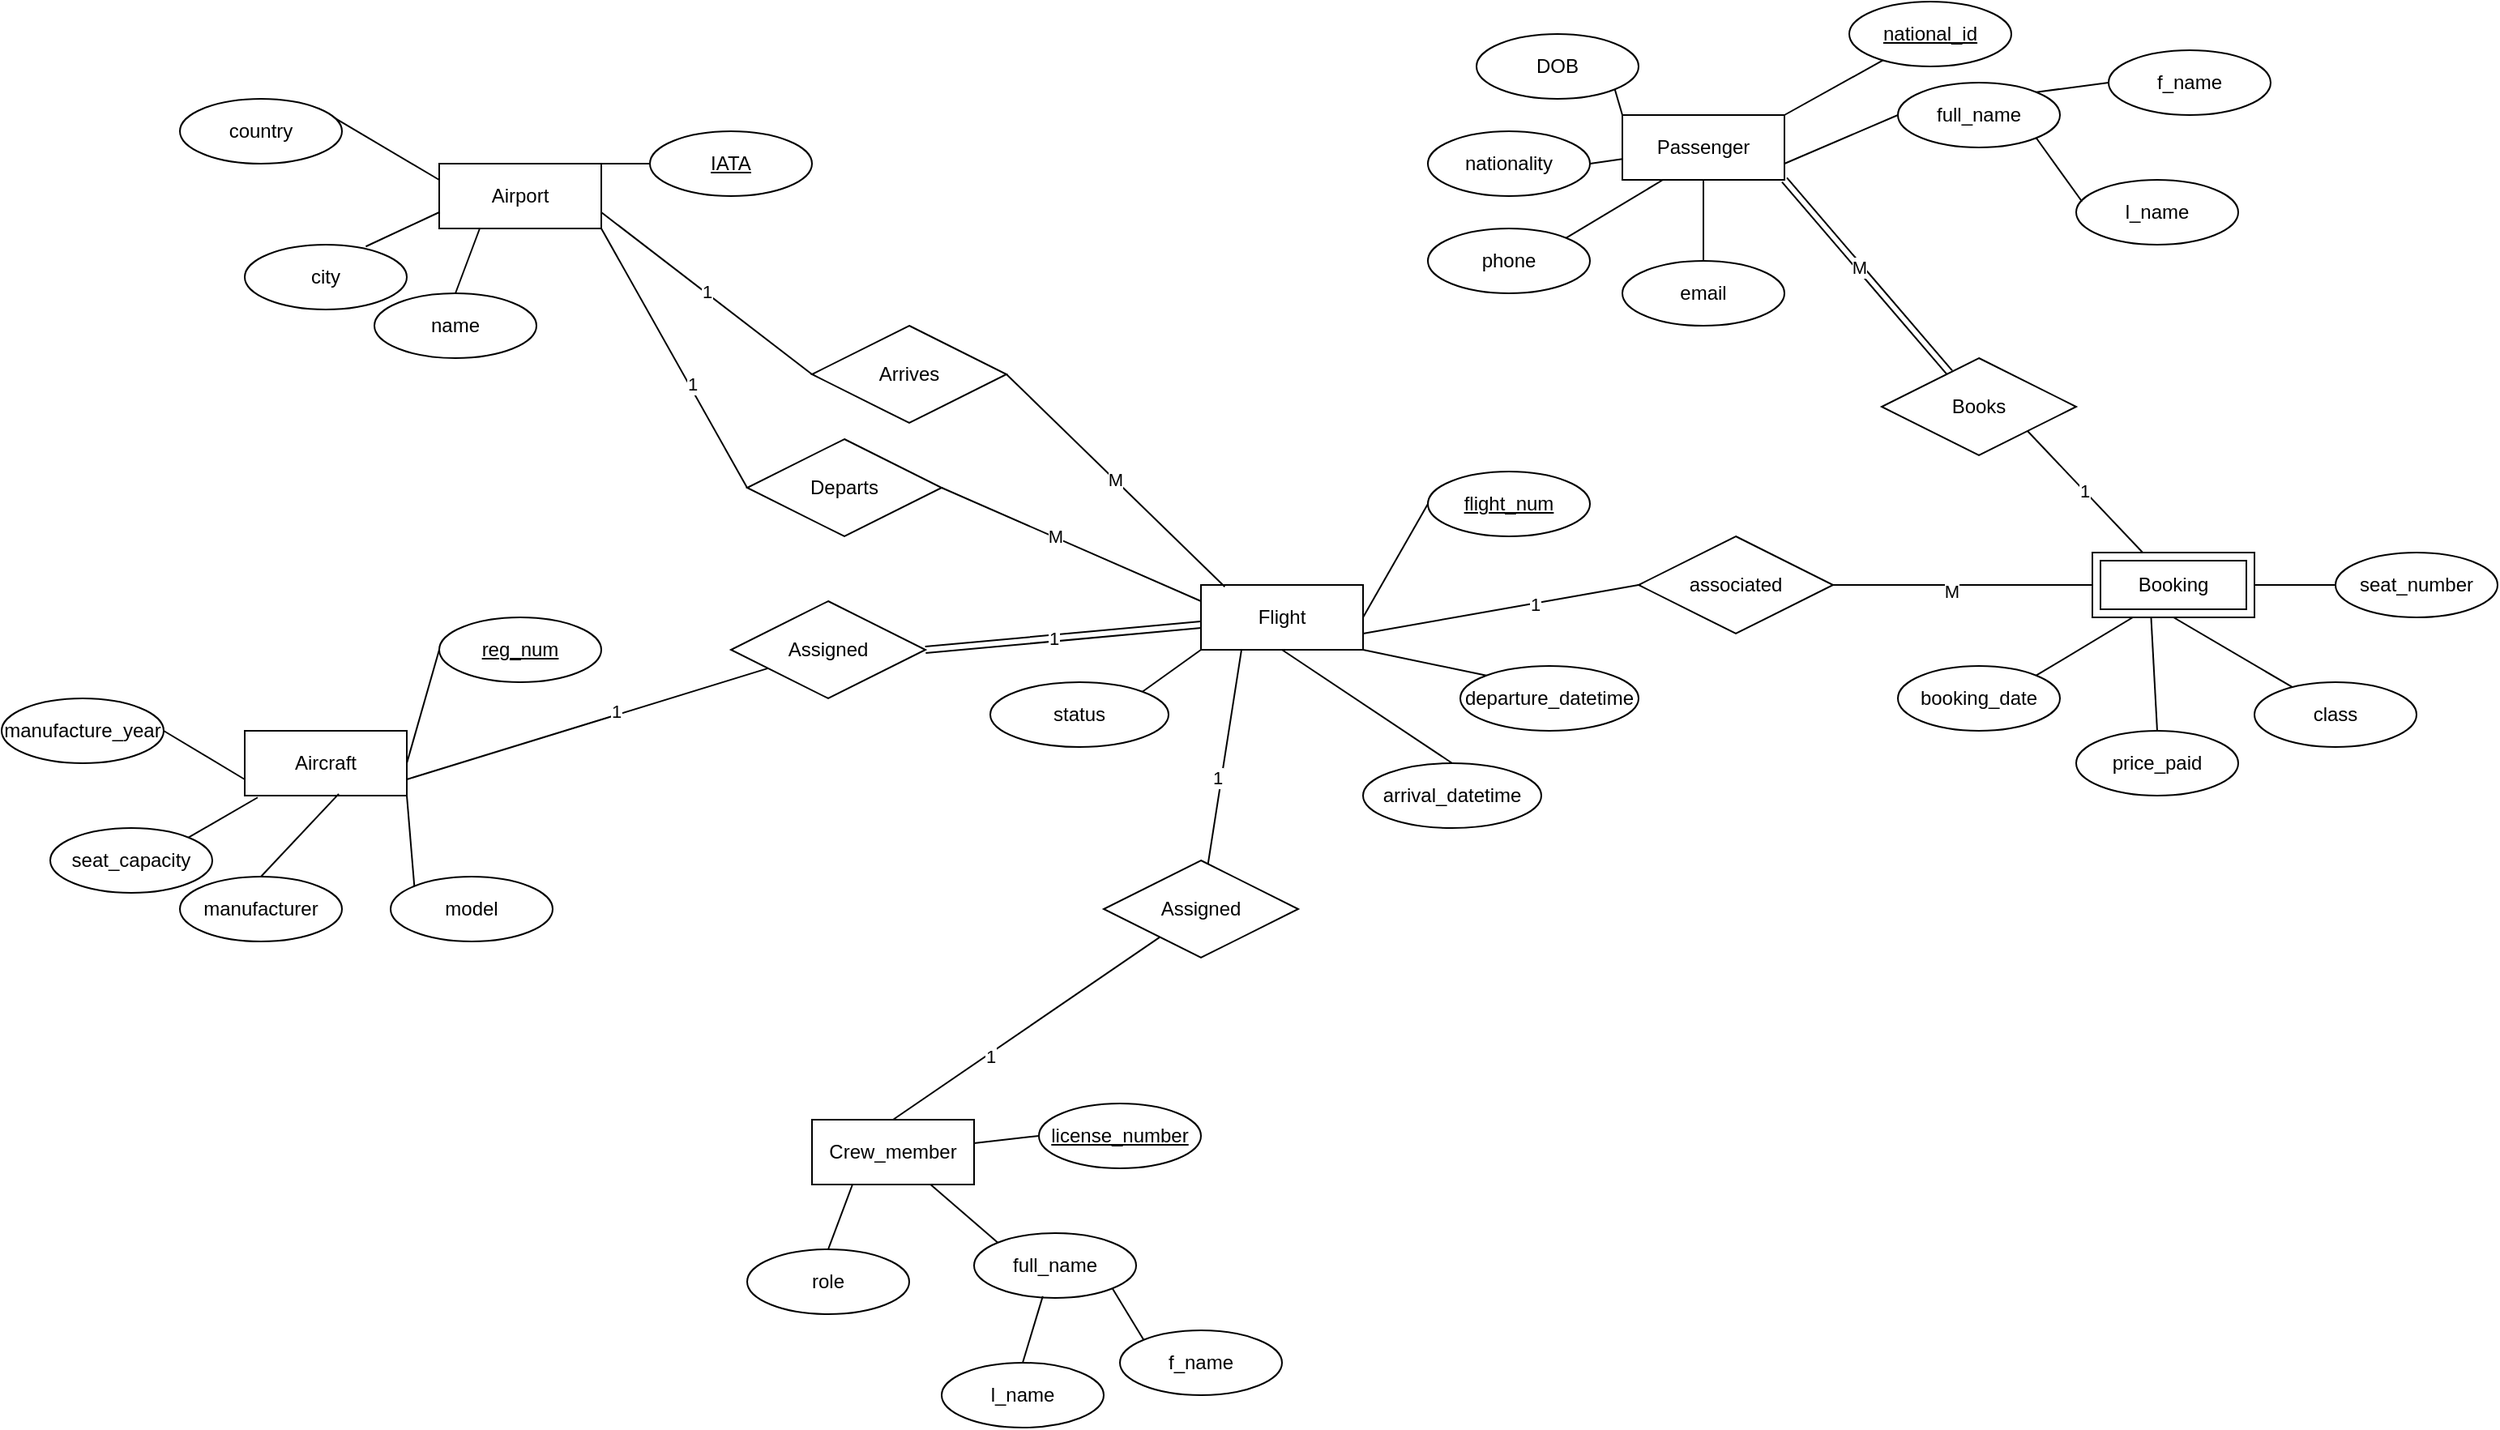
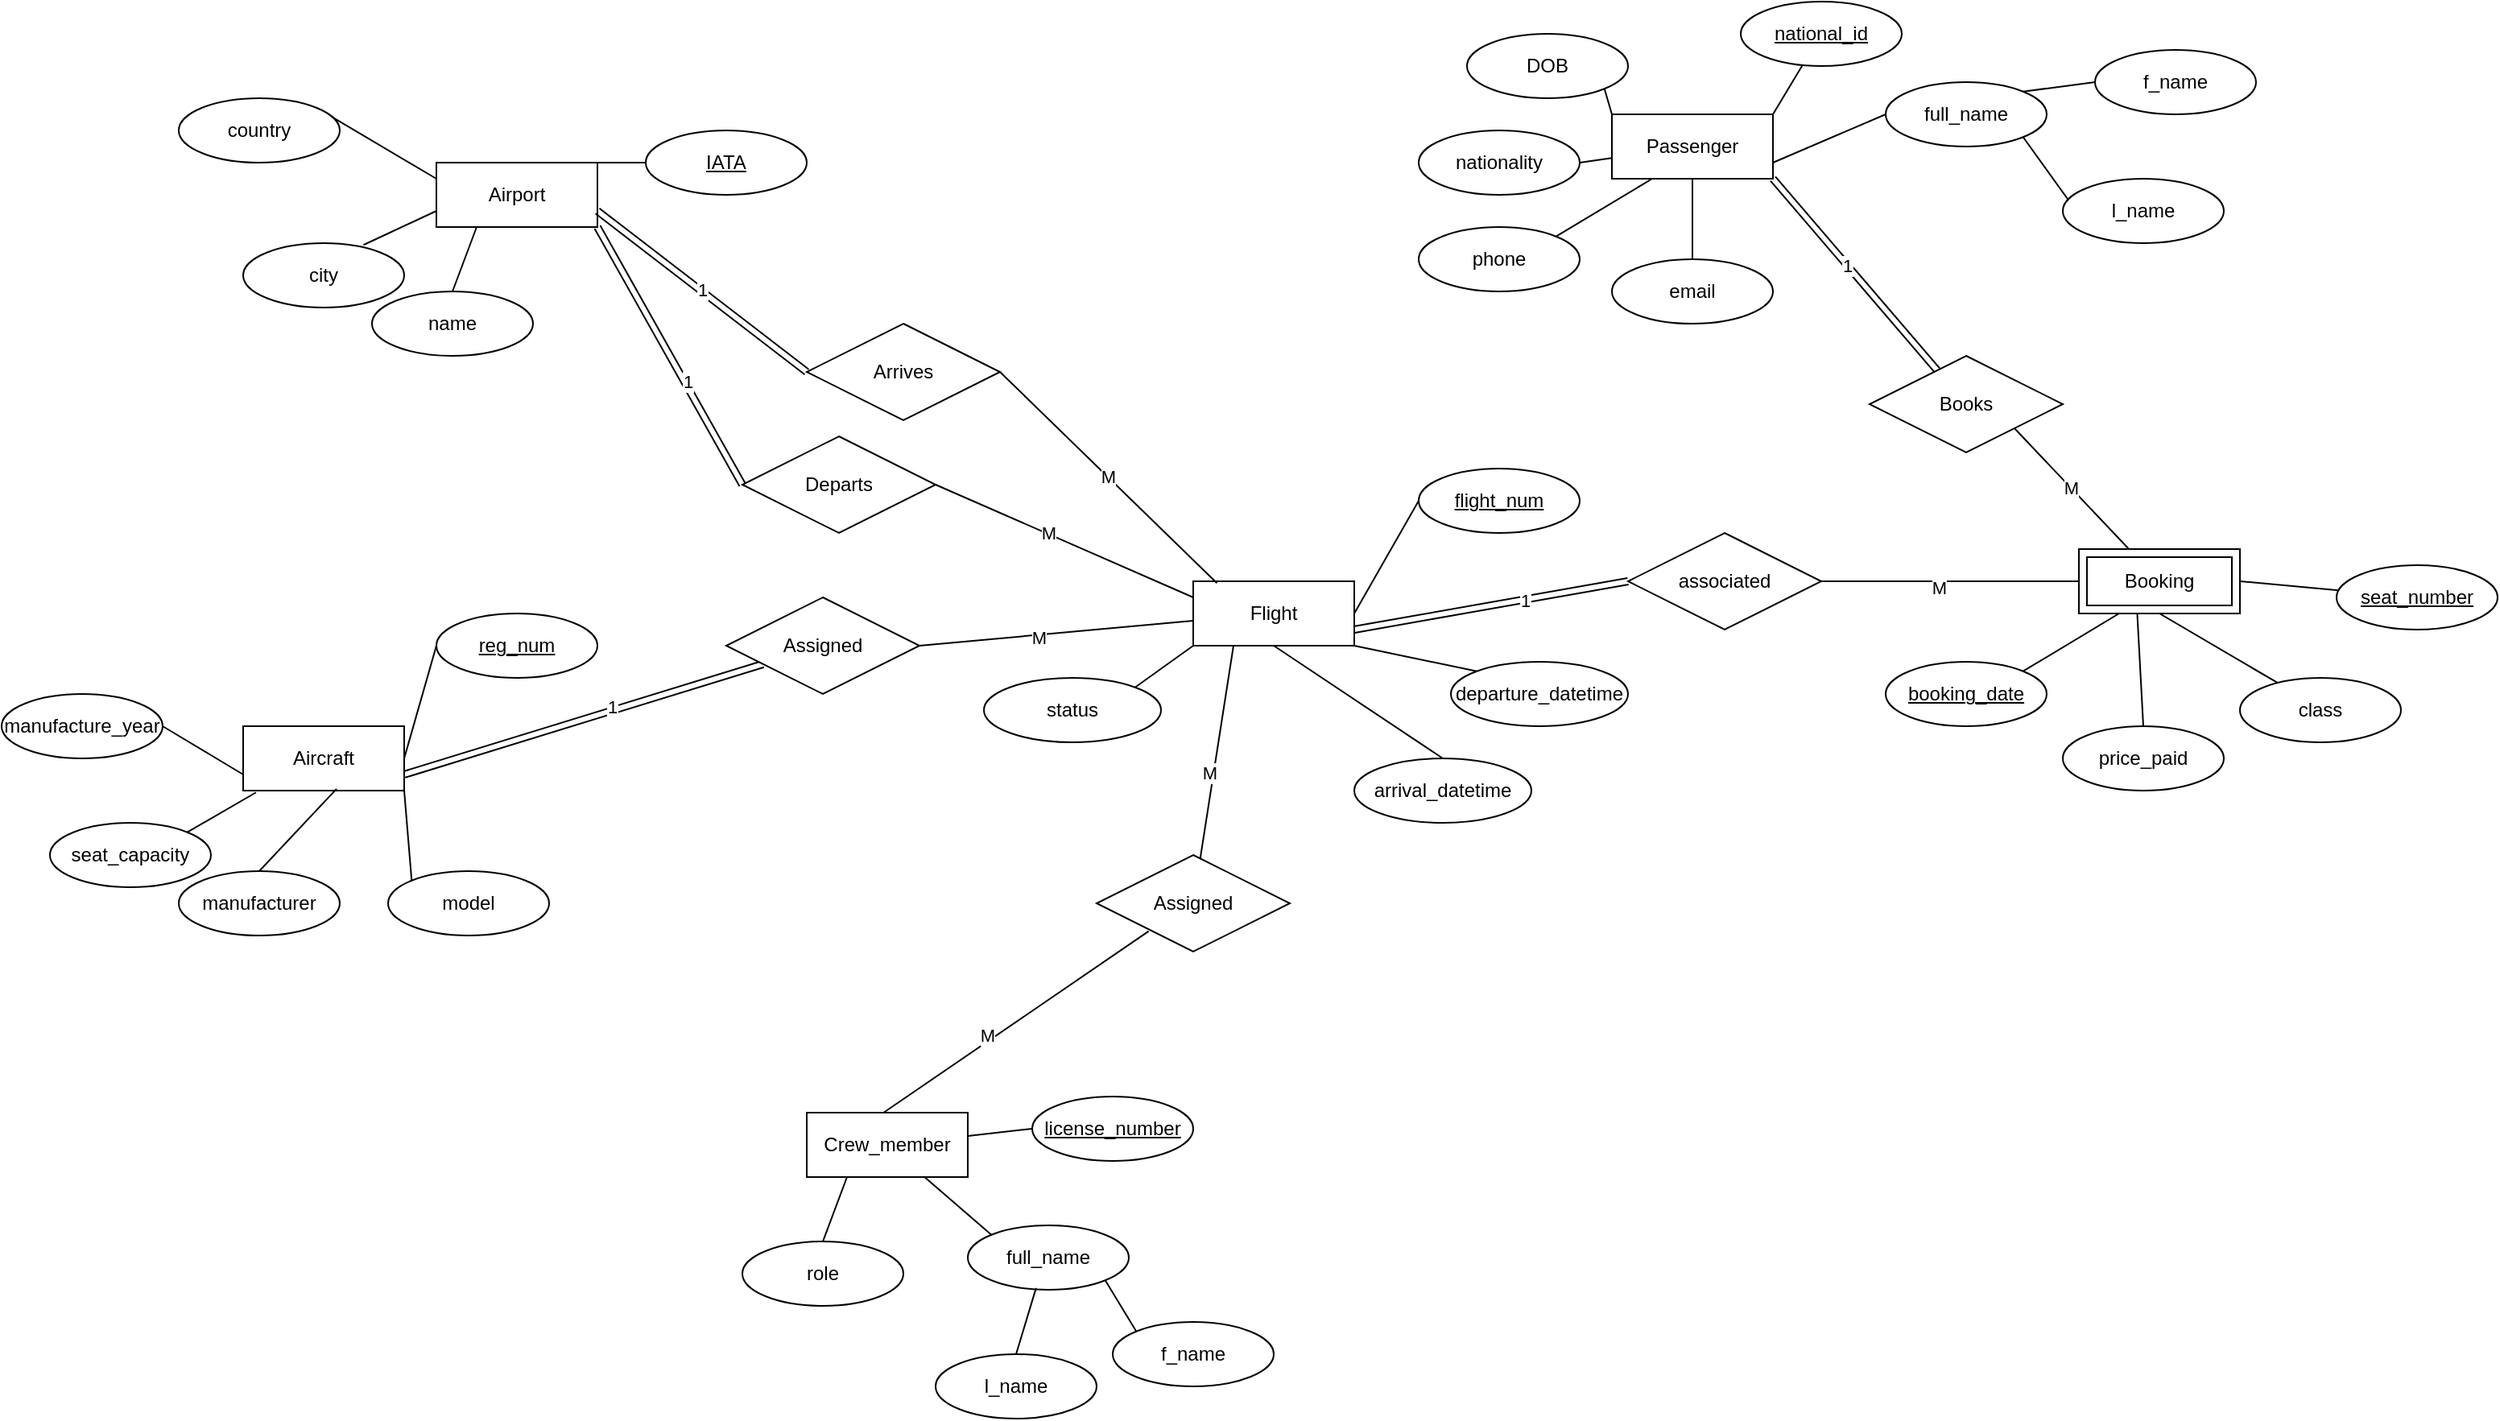
<mxfile host="app.diagrams.net">
  <diagram name="Page-1" id="9Ez2V5EcepmFkt350dfW">
-     <mxGraphModel dx="1590" dy="1045" grid="1" gridSize="10" guides="1" tooltips="1" connect="1" arrows="1" fold="1" page="1" pageScale="1" pageWidth="850" pageHeight="1100" math="0" shadow="0">
+     <mxGraphModel dx="1870" dy="1045" grid="1" gridSize="10" guides="1" tooltips="1" connect="1" arrows="1" fold="1" page="1" pageScale="1" pageWidth="850" pageHeight="1100" math="0" shadow="0">
      <root>
        <mxCell id="0" />
        <mxCell id="1" parent="0" />
        <mxCell id="-5EN979a6P4eX3SqTBvW-93" edge="1" parent="1" source="-5EN979a6P4eX3SqTBvW-1" style="edgeStyle=none;rounded=0;orthogonalLoop=1;jettySize=auto;html=1;exitX=0.25;exitY=1;exitDx=0;exitDy=0;endArrow=none;endFill=0;" target="-5EN979a6P4eX3SqTBvW-92">
          <mxGeometry relative="1" as="geometry" />
        </mxCell>
-         <mxCell id="-5EN979a6P4eX3SqTBvW-102" connectable="0" parent="-5EN979a6P4eX3SqTBvW-93" style="edgeLabel;html=1;align=center;verticalAlign=middle;resizable=0;points=[];" value="1" vertex="1">
+         <mxCell id="-5EN979a6P4eX3SqTBvW-102" connectable="0" parent="-5EN979a6P4eX3SqTBvW-93" style="edgeLabel;html=1;align=center;verticalAlign=middle;resizable=0;points=[];" value="M" vertex="1">
          <mxGeometry relative="1" x="0.1972" y="-3" as="geometry">
            <mxPoint as="offset" />
          </mxGeometry>
        </mxCell>
-         <mxCell id="-5EN979a6P4eX3SqTBvW-96" edge="1" parent="1" source="-5EN979a6P4eX3SqTBvW-1" style="edgeStyle=none;rounded=0;orthogonalLoop=1;jettySize=auto;html=1;exitX=1;exitY=0.75;exitDx=0;exitDy=0;entryX=0;entryY=0.5;entryDx=0;entryDy=0;endArrow=none;endFill=0;" target="-5EN979a6P4eX3SqTBvW-95">
+         <mxCell id="-5EN979a6P4eX3SqTBvW-96" edge="1" parent="1" source="-5EN979a6P4eX3SqTBvW-1" style="edgeStyle=none;rounded=0;orthogonalLoop=1;jettySize=auto;html=1;exitX=1;exitY=0.75;exitDx=0;exitDy=0;entryX=0;entryY=0.5;entryDx=0;entryDy=0;endArrow=none;endFill=0;shape=link;" target="-5EN979a6P4eX3SqTBvW-95">
          <mxGeometry relative="1" as="geometry" />
        </mxCell>
        <mxCell id="-5EN979a6P4eX3SqTBvW-104" connectable="0" parent="-5EN979a6P4eX3SqTBvW-96" style="edgeLabel;html=1;align=center;verticalAlign=middle;resizable=0;points=[];" value="1" vertex="1">
          <mxGeometry relative="1" x="0.2456" as="geometry">
            <mxPoint as="offset" />
          </mxGeometry>
        </mxCell>
        <mxCell id="-5EN979a6P4eX3SqTBvW-1" parent="1" style="whiteSpace=wrap;html=1;align=center;" value="Flight" vertex="1">
          <mxGeometry height="40" width="100" x="630" y="390" as="geometry" />
        </mxCell>
-         <mxCell id="-5EN979a6P4eX3SqTBvW-80" edge="1" parent="1" source="-5EN979a6P4eX3SqTBvW-2" style="edgeStyle=none;rounded=0;orthogonalLoop=1;jettySize=auto;html=1;exitX=1;exitY=1;exitDx=0;exitDy=0;entryX=0;entryY=0.5;entryDx=0;entryDy=0;endArrow=none;endFill=0;" target="-5EN979a6P4eX3SqTBvW-81">
+         <mxCell id="-5EN979a6P4eX3SqTBvW-80" edge="1" parent="1" source="-5EN979a6P4eX3SqTBvW-2" style="edgeStyle=none;rounded=0;orthogonalLoop=1;jettySize=auto;html=1;exitX=1;exitY=1;exitDx=0;exitDy=0;entryX=0;entryY=0.5;entryDx=0;entryDy=0;endArrow=none;endFill=0;shape=link;" target="-5EN979a6P4eX3SqTBvW-81">
          <mxGeometry relative="1" as="geometry">
            <mxPoint x="390" y="260" as="targetPoint" />
          </mxGeometry>
        </mxCell>
        <mxCell id="-5EN979a6P4eX3SqTBvW-91" connectable="0" parent="-5EN979a6P4eX3SqTBvW-80" style="edgeLabel;html=1;align=center;verticalAlign=middle;resizable=0;points=[];" value="1" vertex="1">
          <mxGeometry relative="1" x="0.208" y="2" as="geometry">
            <mxPoint as="offset" />
          </mxGeometry>
        </mxCell>
        <mxCell id="-5EN979a6P4eX3SqTBvW-2" parent="1" style="whiteSpace=wrap;html=1;align=center;" value="Airport" vertex="1">
          <mxGeometry height="40" width="100" x="160" y="130" as="geometry" />
        </mxCell>
        <mxCell id="-5EN979a6P4eX3SqTBvW-45" edge="1" parent="1" source="-5EN979a6P4eX3SqTBvW-4" style="edgeStyle=none;rounded=0;orthogonalLoop=1;jettySize=auto;html=1;exitX=1;exitY=0;exitDx=0;exitDy=0;endArrow=none;endFill=0;" target="-5EN979a6P4eX3SqTBvW-38">
          <mxGeometry relative="1" as="geometry" />
        </mxCell>
        <mxCell id="-5EN979a6P4eX3SqTBvW-46" edge="1" parent="1" source="-5EN979a6P4eX3SqTBvW-4" style="edgeStyle=none;rounded=0;orthogonalLoop=1;jettySize=auto;html=1;exitX=1;exitY=0.75;exitDx=0;exitDy=0;entryX=0;entryY=0.5;entryDx=0;entryDy=0;endArrow=none;endFill=0;" target="-5EN979a6P4eX3SqTBvW-40">
          <mxGeometry relative="1" as="geometry" />
        </mxCell>
        <mxCell id="-5EN979a6P4eX3SqTBvW-99" edge="1" parent="1" source="-5EN979a6P4eX3SqTBvW-4" style="edgeStyle=none;rounded=0;orthogonalLoop=1;jettySize=auto;html=1;exitX=1;exitY=1;exitDx=0;exitDy=0;endArrow=none;endFill=0;shape=link;" target="-5EN979a6P4eX3SqTBvW-98">
          <mxGeometry relative="1" as="geometry" />
        </mxCell>
-         <mxCell id="-5EN979a6P4eX3SqTBvW-105" connectable="0" parent="-5EN979a6P4eX3SqTBvW-99" style="edgeLabel;html=1;align=center;verticalAlign=middle;resizable=0;points=[];" value="M" vertex="1">
+         <mxCell id="-5EN979a6P4eX3SqTBvW-105" connectable="0" parent="-5EN979a6P4eX3SqTBvW-99" style="edgeLabel;html=1;align=center;verticalAlign=middle;resizable=0;points=[];" value="1" vertex="1">
          <mxGeometry relative="1" x="-0.1035" as="geometry">
            <mxPoint as="offset" />
          </mxGeometry>
        </mxCell>
        <mxCell id="-5EN979a6P4eX3SqTBvW-4" parent="1" style="whiteSpace=wrap;html=1;align=center;" value="Passenger" vertex="1">
          <mxGeometry height="40" width="100" x="890" y="100" as="geometry" />
        </mxCell>
-         <mxCell id="-5EN979a6P4eX3SqTBvW-77" edge="1" parent="1" source="-5EN979a6P4eX3SqTBvW-5" style="edgeStyle=none;rounded=0;orthogonalLoop=1;jettySize=auto;html=1;exitX=1;exitY=0.75;exitDx=0;exitDy=0;endArrow=none;endFill=0;" target="-5EN979a6P4eX3SqTBvW-78">
+         <mxCell id="-5EN979a6P4eX3SqTBvW-77" edge="1" parent="1" source="-5EN979a6P4eX3SqTBvW-5" style="edgeStyle=none;rounded=0;orthogonalLoop=1;jettySize=auto;html=1;exitX=1;exitY=0.75;exitDx=0;exitDy=0;endArrow=none;endFill=0;shape=link;" target="-5EN979a6P4eX3SqTBvW-78">
          <mxGeometry relative="1" as="geometry">
            <mxPoint x="340" y="390" as="targetPoint" />
          </mxGeometry>
        </mxCell>
        <mxCell id="-5EN979a6P4eX3SqTBvW-84" connectable="0" parent="-5EN979a6P4eX3SqTBvW-77" style="edgeLabel;html=1;align=center;verticalAlign=middle;resizable=0;points=[];" value="1" vertex="1">
          <mxGeometry relative="1" x="0.1609" y="3" as="geometry">
            <mxPoint as="offset" />
          </mxGeometry>
        </mxCell>
        <mxCell id="-5EN979a6P4eX3SqTBvW-5" parent="1" style="whiteSpace=wrap;html=1;align=center;" value="Aircraft" vertex="1">
          <mxGeometry height="40" width="100" x="40" y="480" as="geometry" />
        </mxCell>
        <mxCell id="-5EN979a6P4eX3SqTBvW-6" parent="1" style="whiteSpace=wrap;html=1;align=center;" value="Crew_m&lt;span style=&quot;background-color: transparent; color: light-dark(rgb(0, 0, 0), rgb(255, 255, 255));&quot;&gt;ember&lt;/span&gt;" vertex="1">
          <mxGeometry height="40" width="100" x="390" y="720" as="geometry" />
        </mxCell>
        <mxCell id="-5EN979a6P4eX3SqTBvW-14" edge="1" parent="1" source="-5EN979a6P4eX3SqTBvW-7" style="rounded=0;orthogonalLoop=1;jettySize=auto;html=1;exitX=0;exitY=0.5;exitDx=0;exitDy=0;entryX=1;entryY=0;entryDx=0;entryDy=0;endArrow=none;endFill=0;" target="-5EN979a6P4eX3SqTBvW-2">
          <mxGeometry relative="1" as="geometry" />
        </mxCell>
        <mxCell id="-5EN979a6P4eX3SqTBvW-7" parent="1" style="ellipse;whiteSpace=wrap;html=1;align=center;fontStyle=4;" value="IATA" vertex="1">
          <mxGeometry height="40" width="100" x="290" y="110" as="geometry" />
        </mxCell>
        <mxCell id="-5EN979a6P4eX3SqTBvW-13" edge="1" parent="1" source="-5EN979a6P4eX3SqTBvW-8" style="rounded=0;orthogonalLoop=1;jettySize=auto;html=1;exitX=0.5;exitY=0;exitDx=0;exitDy=0;endArrow=none;endFill=0;entryX=0.25;entryY=1;entryDx=0;entryDy=0;" target="-5EN979a6P4eX3SqTBvW-2">
          <mxGeometry relative="1" as="geometry">
            <mxPoint x="190" y="180" as="targetPoint" />
          </mxGeometry>
        </mxCell>
        <mxCell id="-5EN979a6P4eX3SqTBvW-8" parent="1" style="ellipse;whiteSpace=wrap;html=1;align=center;" value="name" vertex="1">
          <mxGeometry height="40" width="100" x="120" y="210" as="geometry" />
        </mxCell>
        <mxCell id="-5EN979a6P4eX3SqTBvW-9" parent="1" style="ellipse;whiteSpace=wrap;html=1;align=center;" value="city" vertex="1">
          <mxGeometry height="40" width="100" x="40" y="180" as="geometry" />
        </mxCell>
        <mxCell id="-5EN979a6P4eX3SqTBvW-11" edge="1" parent="1" source="-5EN979a6P4eX3SqTBvW-10" style="rounded=0;orthogonalLoop=1;jettySize=auto;html=1;exitX=1;exitY=0;exitDx=0;exitDy=0;entryX=0;entryY=0.25;entryDx=0;entryDy=0;endArrow=none;endFill=0;" target="-5EN979a6P4eX3SqTBvW-2">
          <mxGeometry relative="1" as="geometry" />
        </mxCell>
        <mxCell id="-5EN979a6P4eX3SqTBvW-10" parent="1" style="ellipse;whiteSpace=wrap;html=1;align=center;" value="country" vertex="1">
          <mxGeometry height="40" width="100" y="90" as="geometry" />
        </mxCell>
        <mxCell id="-5EN979a6P4eX3SqTBvW-12" edge="1" parent="1" source="-5EN979a6P4eX3SqTBvW-9" style="rounded=0;orthogonalLoop=1;jettySize=auto;html=1;entryX=0;entryY=0.75;entryDx=0;entryDy=0;endArrow=none;endFill=0;exitX=0.747;exitY=0.028;exitDx=0;exitDy=0;exitPerimeter=0;" target="-5EN979a6P4eX3SqTBvW-2">
          <mxGeometry relative="1" as="geometry">
            <mxPoint x="120" y="186" as="sourcePoint" />
          </mxGeometry>
        </mxCell>
        <mxCell id="-5EN979a6P4eX3SqTBvW-26" edge="1" parent="1" source="-5EN979a6P4eX3SqTBvW-15" style="edgeStyle=none;rounded=0;orthogonalLoop=1;jettySize=auto;html=1;exitX=0;exitY=0.5;exitDx=0;exitDy=0;entryX=1;entryY=0.5;entryDx=0;entryDy=0;endArrow=none;endFill=0;" target="-5EN979a6P4eX3SqTBvW-5">
          <mxGeometry relative="1" as="geometry" />
        </mxCell>
        <mxCell id="-5EN979a6P4eX3SqTBvW-15" parent="1" style="ellipse;whiteSpace=wrap;html=1;align=center;fontStyle=4;" value="reg_num" vertex="1">
          <mxGeometry height="40" width="100" x="160" y="410" as="geometry" />
        </mxCell>
        <mxCell id="-5EN979a6P4eX3SqTBvW-25" edge="1" parent="1" source="-5EN979a6P4eX3SqTBvW-17" style="edgeStyle=none;rounded=0;orthogonalLoop=1;jettySize=auto;html=1;exitX=0;exitY=0;exitDx=0;exitDy=0;entryX=1;entryY=1;entryDx=0;entryDy=0;endArrow=none;endFill=0;" target="-5EN979a6P4eX3SqTBvW-5">
          <mxGeometry relative="1" as="geometry" />
        </mxCell>
        <mxCell id="-5EN979a6P4eX3SqTBvW-17" parent="1" style="ellipse;whiteSpace=wrap;html=1;align=center;" value="model" vertex="1">
          <mxGeometry height="40" width="100" x="130" y="570" as="geometry" />
        </mxCell>
        <mxCell id="-5EN979a6P4eX3SqTBvW-18" parent="1" style="ellipse;whiteSpace=wrap;html=1;align=center;" value="manufacturer" vertex="1">
          <mxGeometry height="40" width="100" y="570" as="geometry" />
        </mxCell>
        <mxCell id="-5EN979a6P4eX3SqTBvW-19" parent="1" style="ellipse;whiteSpace=wrap;html=1;align=center;" value="seat&lt;span style=&quot;background-color: transparent; color: light-dark(rgb(0, 0, 0), rgb(255, 255, 255));&quot;&gt;_capacity&lt;/span&gt;" vertex="1">
          <mxGeometry height="40" width="100" x="-80" y="540" as="geometry" />
        </mxCell>
        <mxCell id="-5EN979a6P4eX3SqTBvW-22" edge="1" parent="1" source="-5EN979a6P4eX3SqTBvW-20" style="edgeStyle=none;rounded=0;orthogonalLoop=1;jettySize=auto;html=1;exitX=1;exitY=0.5;exitDx=0;exitDy=0;entryX=0;entryY=0.75;entryDx=0;entryDy=0;endArrow=none;endFill=0;" target="-5EN979a6P4eX3SqTBvW-5">
          <mxGeometry relative="1" as="geometry" />
        </mxCell>
        <mxCell id="-5EN979a6P4eX3SqTBvW-20" parent="1" style="ellipse;whiteSpace=wrap;html=1;align=center;" value="manufacture_year" vertex="1">
          <mxGeometry height="40" width="100" x="-110" y="460" as="geometry" />
        </mxCell>
        <mxCell id="-5EN979a6P4eX3SqTBvW-24" edge="1" parent="1" source="-5EN979a6P4eX3SqTBvW-18" style="edgeStyle=none;rounded=0;orthogonalLoop=1;jettySize=auto;html=1;exitX=0.5;exitY=0;exitDx=0;exitDy=0;entryX=0.58;entryY=0.973;entryDx=0;entryDy=0;entryPerimeter=0;endArrow=none;endFill=0;" target="-5EN979a6P4eX3SqTBvW-5">
          <mxGeometry relative="1" as="geometry" />
        </mxCell>
        <mxCell id="-5EN979a6P4eX3SqTBvW-36" edge="1" parent="1" source="-5EN979a6P4eX3SqTBvW-27" style="edgeStyle=none;rounded=0;orthogonalLoop=1;jettySize=auto;html=1;exitX=0;exitY=0.5;exitDx=0;exitDy=0;entryX=1;entryY=0.5;entryDx=0;entryDy=0;endArrow=none;endFill=0;" target="-5EN979a6P4eX3SqTBvW-1">
          <mxGeometry relative="1" as="geometry" />
        </mxCell>
        <mxCell id="-5EN979a6P4eX3SqTBvW-27" parent="1" style="ellipse;whiteSpace=wrap;html=1;align=center;fontStyle=4;" value="flight_num" vertex="1">
          <mxGeometry height="40" width="100" x="770" y="320" as="geometry" />
        </mxCell>
        <mxCell id="-5EN979a6P4eX3SqTBvW-35" edge="1" parent="1" source="-5EN979a6P4eX3SqTBvW-28" style="edgeStyle=none;rounded=0;orthogonalLoop=1;jettySize=auto;html=1;exitX=0;exitY=0;exitDx=0;exitDy=0;entryX=1;entryY=1;entryDx=0;entryDy=0;endArrow=none;endFill=0;" target="-5EN979a6P4eX3SqTBvW-1">
          <mxGeometry relative="1" as="geometry" />
        </mxCell>
        <mxCell id="-5EN979a6P4eX3SqTBvW-28" parent="1" style="ellipse;whiteSpace=wrap;html=1;align=center;" value="departure_datetime" vertex="1">
          <mxGeometry height="40" width="110" x="790" y="440" as="geometry" />
        </mxCell>
        <mxCell id="-5EN979a6P4eX3SqTBvW-29" parent="1" style="ellipse;whiteSpace=wrap;html=1;align=center;" value="arrival_datetime" vertex="1">
          <mxGeometry height="40" width="110" x="730" y="500" as="geometry" />
        </mxCell>
        <mxCell id="-5EN979a6P4eX3SqTBvW-32" edge="1" parent="1" source="-5EN979a6P4eX3SqTBvW-30" style="edgeStyle=none;rounded=0;orthogonalLoop=1;jettySize=auto;html=1;exitX=1;exitY=0;exitDx=0;exitDy=0;entryX=0;entryY=1;entryDx=0;entryDy=0;endArrow=none;endFill=0;" target="-5EN979a6P4eX3SqTBvW-1">
          <mxGeometry relative="1" as="geometry" />
        </mxCell>
        <mxCell id="-5EN979a6P4eX3SqTBvW-30" parent="1" style="ellipse;whiteSpace=wrap;html=1;align=center;" value="status" vertex="1">
          <mxGeometry height="40" width="110" x="500" y="450" as="geometry" />
        </mxCell>
        <mxCell id="-5EN979a6P4eX3SqTBvW-31" edge="1" parent="1" source="-5EN979a6P4eX3SqTBvW-30" style="edgeStyle=none;rounded=0;orthogonalLoop=1;jettySize=auto;html=1;exitX=1;exitY=1;exitDx=0;exitDy=0;" target="-5EN979a6P4eX3SqTBvW-30">
          <mxGeometry relative="1" as="geometry" />
        </mxCell>
        <mxCell id="-5EN979a6P4eX3SqTBvW-33" edge="1" parent="1" source="-5EN979a6P4eX3SqTBvW-19" style="edgeStyle=none;rounded=0;orthogonalLoop=1;jettySize=auto;html=1;exitX=1;exitY=0;exitDx=0;exitDy=0;entryX=0.08;entryY=1.028;entryDx=0;entryDy=0;entryPerimeter=0;endArrow=none;endFill=0;" target="-5EN979a6P4eX3SqTBvW-5">
          <mxGeometry relative="1" as="geometry" />
        </mxCell>
        <mxCell id="-5EN979a6P4eX3SqTBvW-34" edge="1" parent="1" source="-5EN979a6P4eX3SqTBvW-29" style="edgeStyle=none;rounded=0;orthogonalLoop=1;jettySize=auto;html=1;exitX=0.5;exitY=0;exitDx=0;exitDy=0;endArrow=none;endFill=0;entryX=0.5;entryY=1;entryDx=0;entryDy=0;" target="-5EN979a6P4eX3SqTBvW-1">
          <mxGeometry relative="1" as="geometry">
            <mxPoint x="670" y="450" as="targetPoint" />
          </mxGeometry>
        </mxCell>
        <mxCell id="-5EN979a6P4eX3SqTBvW-38" parent="1" style="ellipse;whiteSpace=wrap;html=1;align=center;fontStyle=4;" value="national_id" vertex="1">
-           <mxGeometry height="40" width="100" x="1030" y="30" as="geometry" />
+           <mxGeometry height="40" width="100" x="970" y="30" as="geometry" />
        </mxCell>
        <mxCell id="-5EN979a6P4eX3SqTBvW-71" edge="1" parent="1" source="-5EN979a6P4eX3SqTBvW-40" style="edgeStyle=none;rounded=0;orthogonalLoop=1;jettySize=auto;html=1;exitX=1;exitY=0;exitDx=0;exitDy=0;entryX=0;entryY=0.5;entryDx=0;entryDy=0;endArrow=none;endFill=0;" target="-5EN979a6P4eX3SqTBvW-70">
          <mxGeometry relative="1" as="geometry" />
        </mxCell>
        <mxCell id="-5EN979a6P4eX3SqTBvW-40" parent="1" style="ellipse;whiteSpace=wrap;html=1;align=center;" value="full_name" vertex="1">
          <mxGeometry height="40" width="100" x="1060" y="80" as="geometry" />
        </mxCell>
        <mxCell id="-5EN979a6P4eX3SqTBvW-41" parent="1" style="ellipse;whiteSpace=wrap;html=1;align=center;" value="email" vertex="1">
          <mxGeometry height="40" width="100" x="890" y="190" as="geometry" />
        </mxCell>
        <mxCell id="-5EN979a6P4eX3SqTBvW-49" edge="1" parent="1" source="-5EN979a6P4eX3SqTBvW-42" style="edgeStyle=none;rounded=0;orthogonalLoop=1;jettySize=auto;html=1;exitX=1;exitY=0.5;exitDx=0;exitDy=0;endArrow=none;endFill=0;" target="-5EN979a6P4eX3SqTBvW-4">
          <mxGeometry relative="1" as="geometry" />
        </mxCell>
        <mxCell id="-5EN979a6P4eX3SqTBvW-42" parent="1" style="ellipse;whiteSpace=wrap;html=1;align=center;" value="nationality" vertex="1">
          <mxGeometry height="40" width="100" x="770" y="110" as="geometry" />
        </mxCell>
        <mxCell id="-5EN979a6P4eX3SqTBvW-48" edge="1" parent="1" source="-5EN979a6P4eX3SqTBvW-43" style="edgeStyle=none;rounded=0;orthogonalLoop=1;jettySize=auto;html=1;exitX=1;exitY=0;exitDx=0;exitDy=0;entryX=0.25;entryY=1;entryDx=0;entryDy=0;endArrow=none;endFill=0;" target="-5EN979a6P4eX3SqTBvW-4">
          <mxGeometry relative="1" as="geometry" />
        </mxCell>
        <mxCell id="-5EN979a6P4eX3SqTBvW-43" parent="1" style="ellipse;whiteSpace=wrap;html=1;align=center;" value="phone" vertex="1">
          <mxGeometry height="40" width="100" x="770" y="170" as="geometry" />
        </mxCell>
        <mxCell id="-5EN979a6P4eX3SqTBvW-50" edge="1" parent="1" source="-5EN979a6P4eX3SqTBvW-44" style="edgeStyle=none;rounded=0;orthogonalLoop=1;jettySize=auto;html=1;exitX=1;exitY=1;exitDx=0;exitDy=0;entryX=0;entryY=0;entryDx=0;entryDy=0;endArrow=none;endFill=0;" target="-5EN979a6P4eX3SqTBvW-4">
          <mxGeometry relative="1" as="geometry" />
        </mxCell>
        <mxCell id="-5EN979a6P4eX3SqTBvW-44" parent="1" style="ellipse;whiteSpace=wrap;html=1;align=center;" value="DOB" vertex="1">
          <mxGeometry height="40" width="100" x="800" y="50" as="geometry" />
        </mxCell>
        <mxCell id="-5EN979a6P4eX3SqTBvW-47" edge="1" parent="1" source="-5EN979a6P4eX3SqTBvW-4" style="edgeStyle=none;rounded=0;orthogonalLoop=1;jettySize=auto;html=1;exitX=0.5;exitY=1;exitDx=0;exitDy=0;endArrow=none;endFill=0;entryX=0.5;entryY=0;entryDx=0;entryDy=0;" target="-5EN979a6P4eX3SqTBvW-41">
          <mxGeometry relative="1" as="geometry">
            <mxPoint x="960" y="180" as="targetPoint" />
          </mxGeometry>
        </mxCell>
        <mxCell id="-5EN979a6P4eX3SqTBvW-56" edge="1" parent="1" source="-5EN979a6P4eX3SqTBvW-112" style="edgeStyle=none;rounded=0;orthogonalLoop=1;jettySize=auto;html=1;endArrow=none;endFill=0;entryX=1;entryY=0.5;entryDx=0;entryDy=0;" target="-5EN979a6P4eX3SqTBvW-111">
          <mxGeometry relative="1" as="geometry">
            <mxPoint x="1320" y="390" as="sourcePoint" />
            <mxPoint x="1270" y="390" as="targetPoint" />
          </mxGeometry>
        </mxCell>
        <mxCell id="-5EN979a6P4eX3SqTBvW-57" edge="1" parent="1" source="-5EN979a6P4eX3SqTBvW-52" style="edgeStyle=none;rounded=0;orthogonalLoop=1;jettySize=auto;html=1;exitX=0.258;exitY=0.112;exitDx=0;exitDy=0;exitPerimeter=0;endArrow=none;endFill=0;entryX=0.5;entryY=1;entryDx=0;entryDy=0;" target="-5EN979a6P4eX3SqTBvW-111">
          <mxGeometry relative="1" as="geometry">
            <mxPoint x="1256" y="410" as="targetPoint" />
          </mxGeometry>
        </mxCell>
        <mxCell id="-5EN979a6P4eX3SqTBvW-52" parent="1" style="ellipse;whiteSpace=wrap;html=1;align=center;" value="class" vertex="1">
          <mxGeometry height="40" width="100" x="1280" y="450" as="geometry" />
        </mxCell>
        <mxCell id="-5EN979a6P4eX3SqTBvW-59" edge="1" parent="1" source="-5EN979a6P4eX3SqTBvW-53" style="edgeStyle=none;rounded=0;orthogonalLoop=1;jettySize=auto;html=1;exitX=0.5;exitY=0;exitDx=0;exitDy=0;endArrow=none;endFill=0;entryX=0.362;entryY=0.99;entryDx=0;entryDy=0;entryPerimeter=0;" target="-5EN979a6P4eX3SqTBvW-111">
          <mxGeometry relative="1" as="geometry">
            <mxPoint x="1220" y="410" as="targetPoint" />
          </mxGeometry>
        </mxCell>
        <mxCell id="-5EN979a6P4eX3SqTBvW-53" parent="1" style="ellipse;whiteSpace=wrap;html=1;align=center;" value="price_paid" vertex="1">
          <mxGeometry height="40" width="100" x="1170" y="480" as="geometry" />
        </mxCell>
-         <mxCell id="-5EN979a6P4eX3SqTBvW-54" parent="1" style="ellipse;whiteSpace=wrap;html=1;align=center;" value="booking_date" vertex="1">
+         <mxCell id="-5EN979a6P4eX3SqTBvW-54" parent="1" style="ellipse;whiteSpace=wrap;html=1;align=center;" value="&lt;u&gt;booking_date&lt;/u&gt;" vertex="1">
          <mxGeometry height="40" width="100" x="1060" y="440" as="geometry" />
        </mxCell>
        <mxCell id="-5EN979a6P4eX3SqTBvW-60" edge="1" parent="1" source="-5EN979a6P4eX3SqTBvW-54" style="edgeStyle=none;rounded=0;orthogonalLoop=1;jettySize=auto;html=1;exitX=1;exitY=0;exitDx=0;exitDy=0;entryX=0.25;entryY=1;entryDx=0;entryDy=0;endArrow=none;endFill=0;" target="-5EN979a6P4eX3SqTBvW-111">
          <mxGeometry relative="1" as="geometry">
            <mxPoint x="1170" y="410" as="targetPoint" />
          </mxGeometry>
        </mxCell>
        <mxCell id="-5EN979a6P4eX3SqTBvW-65" edge="1" parent="1" source="-5EN979a6P4eX3SqTBvW-61" style="edgeStyle=none;rounded=0;orthogonalLoop=1;jettySize=auto;html=1;exitX=0;exitY=0.5;exitDx=0;exitDy=0;endArrow=none;endFill=0;" target="-5EN979a6P4eX3SqTBvW-6">
          <mxGeometry relative="1" as="geometry" />
        </mxCell>
        <mxCell id="-5EN979a6P4eX3SqTBvW-61" parent="1" style="ellipse;whiteSpace=wrap;html=1;align=center;fontStyle=4;" value="license_number" vertex="1">
          <mxGeometry height="40" width="100" x="530" y="710" as="geometry" />
        </mxCell>
        <mxCell id="-5EN979a6P4eX3SqTBvW-66" edge="1" parent="1" source="-5EN979a6P4eX3SqTBvW-62" style="edgeStyle=none;rounded=0;orthogonalLoop=1;jettySize=auto;html=1;exitX=0;exitY=0;exitDx=0;exitDy=0;endArrow=none;endFill=0;" target="-5EN979a6P4eX3SqTBvW-6">
          <mxGeometry relative="1" as="geometry" />
        </mxCell>
        <mxCell id="-5EN979a6P4eX3SqTBvW-62" parent="1" style="ellipse;whiteSpace=wrap;html=1;align=center;" value="full_name" vertex="1">
          <mxGeometry height="40" width="100" x="490" y="790" as="geometry" />
        </mxCell>
        <mxCell id="-5EN979a6P4eX3SqTBvW-67" edge="1" parent="1" source="-5EN979a6P4eX3SqTBvW-63" style="edgeStyle=none;rounded=0;orthogonalLoop=1;jettySize=auto;html=1;exitX=0.5;exitY=0;exitDx=0;exitDy=0;entryX=0.25;entryY=1;entryDx=0;entryDy=0;endArrow=none;endFill=0;" target="-5EN979a6P4eX3SqTBvW-6">
          <mxGeometry relative="1" as="geometry" />
        </mxCell>
        <mxCell id="-5EN979a6P4eX3SqTBvW-63" parent="1" style="ellipse;whiteSpace=wrap;html=1;align=center;" value="role" vertex="1">
          <mxGeometry height="40" width="100" x="350" y="800" as="geometry" />
        </mxCell>
        <mxCell id="-5EN979a6P4eX3SqTBvW-69" parent="1" style="ellipse;whiteSpace=wrap;html=1;align=center;" value="l_name" vertex="1">
          <mxGeometry height="40" width="100" x="1170" y="140" as="geometry" />
        </mxCell>
        <mxCell id="-5EN979a6P4eX3SqTBvW-70" parent="1" style="ellipse;whiteSpace=wrap;html=1;align=center;" value="f_name" vertex="1">
          <mxGeometry height="40" width="100" x="1190" y="60" as="geometry" />
        </mxCell>
        <mxCell id="-5EN979a6P4eX3SqTBvW-72" edge="1" parent="1" source="-5EN979a6P4eX3SqTBvW-40" style="edgeStyle=none;rounded=0;orthogonalLoop=1;jettySize=auto;html=1;exitX=1;exitY=1;exitDx=0;exitDy=0;entryX=0.036;entryY=0.334;entryDx=0;entryDy=0;entryPerimeter=0;endArrow=none;endFill=0;" target="-5EN979a6P4eX3SqTBvW-69">
          <mxGeometry relative="1" as="geometry" />
        </mxCell>
        <mxCell id="-5EN979a6P4eX3SqTBvW-73" parent="1" style="ellipse;whiteSpace=wrap;html=1;align=center;" value="l_name" vertex="1">
          <mxGeometry height="40" width="100" x="470" y="870" as="geometry" />
        </mxCell>
        <mxCell id="-5EN979a6P4eX3SqTBvW-74" parent="1" style="ellipse;whiteSpace=wrap;html=1;align=center;" value="f_name" vertex="1">
          <mxGeometry height="40" width="100" x="580" y="850" as="geometry" />
        </mxCell>
        <mxCell id="-5EN979a6P4eX3SqTBvW-75" edge="1" parent="1" source="-5EN979a6P4eX3SqTBvW-73" style="edgeStyle=none;rounded=0;orthogonalLoop=1;jettySize=auto;html=1;exitX=0.5;exitY=0;exitDx=0;exitDy=0;entryX=0.424;entryY=0.973;entryDx=0;entryDy=0;entryPerimeter=0;endArrow=none;endFill=0;" target="-5EN979a6P4eX3SqTBvW-62">
          <mxGeometry relative="1" as="geometry" />
        </mxCell>
        <mxCell id="-5EN979a6P4eX3SqTBvW-76" edge="1" parent="1" source="-5EN979a6P4eX3SqTBvW-74" style="edgeStyle=none;rounded=0;orthogonalLoop=1;jettySize=auto;html=1;exitX=0;exitY=0;exitDx=0;exitDy=0;entryX=1;entryY=1;entryDx=0;entryDy=0;endArrow=none;endFill=0;" target="-5EN979a6P4eX3SqTBvW-62">
          <mxGeometry relative="1" as="geometry" />
        </mxCell>
-         <mxCell id="-5EN979a6P4eX3SqTBvW-79" edge="1" parent="1" source="-5EN979a6P4eX3SqTBvW-78" style="edgeStyle=none;rounded=0;orthogonalLoop=1;jettySize=auto;html=1;exitX=1;exitY=0.5;exitDx=0;exitDy=0;endArrow=none;endFill=0;shape=link;" target="-5EN979a6P4eX3SqTBvW-1">
-           <mxGeometry relative="1" as="geometry" />
-         </mxCell>
-         <mxCell id="-5EN979a6P4eX3SqTBvW-83" connectable="0" parent="-5EN979a6P4eX3SqTBvW-79" style="edgeLabel;html=1;align=center;verticalAlign=middle;resizable=0;points=[];" value="1" vertex="1">
-           <mxGeometry relative="1" x="-0.0747" as="geometry">
+         <mxCell id="-5EN979a6P4eX3SqTBvW-79" edge="1" parent="1" source="-5EN979a6P4eX3SqTBvW-78" style="edgeStyle=none;rounded=0;orthogonalLoop=1;jettySize=auto;html=1;exitX=1;exitY=0.5;exitDx=0;exitDy=0;endArrow=none;endFill=0;" target="-5EN979a6P4eX3SqTBvW-1">
+           <mxGeometry relative="1" as="geometry" />
+         </mxCell>
+         <mxCell id="-5EN979a6P4eX3SqTBvW-116" connectable="0" parent="-5EN979a6P4eX3SqTBvW-79" style="edgeLabel;html=1;align=center;verticalAlign=middle;resizable=0;points=[];" value="M" vertex="1">
+           <mxGeometry relative="1" x="-0.1301" y="-1" as="geometry">
            <mxPoint as="offset" />
          </mxGeometry>
        </mxCell>
        <mxCell id="-5EN979a6P4eX3SqTBvW-78" parent="1" style="shape=rhombus;perimeter=rhombusPerimeter;whiteSpace=wrap;html=1;align=center;" value="Assigned" vertex="1">
          <mxGeometry height="60" width="120" x="340" y="400" as="geometry" />
        </mxCell>
        <mxCell id="-5EN979a6P4eX3SqTBvW-82" edge="1" parent="1" source="-5EN979a6P4eX3SqTBvW-81" style="edgeStyle=none;rounded=0;orthogonalLoop=1;jettySize=auto;html=1;exitX=1;exitY=0.5;exitDx=0;exitDy=0;entryX=0;entryY=0.25;entryDx=0;entryDy=0;endArrow=none;endFill=0;" target="-5EN979a6P4eX3SqTBvW-1">
          <mxGeometry relative="1" as="geometry" />
        </mxCell>
        <mxCell id="-5EN979a6P4eX3SqTBvW-88" connectable="0" parent="-5EN979a6P4eX3SqTBvW-82" style="edgeLabel;html=1;align=center;verticalAlign=middle;resizable=0;points=[];" value="M" vertex="1">
          <mxGeometry relative="1" x="-0.1361" y="1" as="geometry">
            <mxPoint as="offset" />
          </mxGeometry>
        </mxCell>
        <mxCell id="-5EN979a6P4eX3SqTBvW-81" parent="1" style="shape=rhombus;perimeter=rhombusPerimeter;whiteSpace=wrap;html=1;align=center;" value="Departs" vertex="1">
          <mxGeometry height="60" width="120" x="350" y="300" as="geometry" />
        </mxCell>
-         <mxCell id="-5EN979a6P4eX3SqTBvW-87" edge="1" parent="1" source="-5EN979a6P4eX3SqTBvW-85" style="edgeStyle=none;rounded=0;orthogonalLoop=1;jettySize=auto;html=1;exitX=0;exitY=0.5;exitDx=0;exitDy=0;entryX=1;entryY=0.75;entryDx=0;entryDy=0;endArrow=none;endFill=0;" target="-5EN979a6P4eX3SqTBvW-2">
+         <mxCell id="-5EN979a6P4eX3SqTBvW-87" edge="1" parent="1" source="-5EN979a6P4eX3SqTBvW-85" style="edgeStyle=none;rounded=0;orthogonalLoop=1;jettySize=auto;html=1;exitX=0;exitY=0.5;exitDx=0;exitDy=0;entryX=1;entryY=0.75;entryDx=0;entryDy=0;endArrow=none;endFill=0;shape=link;" target="-5EN979a6P4eX3SqTBvW-2">
          <mxGeometry relative="1" as="geometry" />
        </mxCell>
        <mxCell id="-5EN979a6P4eX3SqTBvW-90" connectable="0" parent="-5EN979a6P4eX3SqTBvW-87" style="edgeLabel;html=1;align=center;verticalAlign=middle;resizable=0;points=[];" value="1" vertex="1">
          <mxGeometry relative="1" x="0.0167" y="-1" as="geometry">
            <mxPoint as="offset" />
          </mxGeometry>
        </mxCell>
        <mxCell id="-5EN979a6P4eX3SqTBvW-85" parent="1" style="shape=rhombus;perimeter=rhombusPerimeter;whiteSpace=wrap;html=1;align=center;" value="Arrives" vertex="1">
          <mxGeometry height="60" width="120" x="390" y="230" as="geometry" />
        </mxCell>
        <mxCell id="-5EN979a6P4eX3SqTBvW-86" edge="1" parent="1" source="-5EN979a6P4eX3SqTBvW-85" style="edgeStyle=none;rounded=0;orthogonalLoop=1;jettySize=auto;html=1;exitX=1;exitY=0.5;exitDx=0;exitDy=0;entryX=0.147;entryY=0.028;entryDx=0;entryDy=0;entryPerimeter=0;endArrow=none;endFill=0;" target="-5EN979a6P4eX3SqTBvW-1">
          <mxGeometry relative="1" as="geometry" />
        </mxCell>
        <mxCell id="-5EN979a6P4eX3SqTBvW-89" connectable="0" parent="-5EN979a6P4eX3SqTBvW-86" style="edgeLabel;html=1;align=center;verticalAlign=middle;resizable=0;points=[];" value="M" vertex="1">
          <mxGeometry relative="1" x="-0.015" as="geometry">
            <mxPoint as="offset" />
          </mxGeometry>
        </mxCell>
-         <mxCell id="-5EN979a6P4eX3SqTBvW-94" edge="1" parent="1" source="-5EN979a6P4eX3SqTBvW-92" style="edgeStyle=none;rounded=0;orthogonalLoop=1;jettySize=auto;html=1;endArrow=none;endFill=0;entryX=0.5;entryY=0;entryDx=0;entryDy=0;" target="-5EN979a6P4eX3SqTBvW-6">
-           <mxGeometry relative="1" as="geometry">
-             <mxPoint x="465" y="620" as="sourcePoint" />
-           </mxGeometry>
-         </mxCell>
-         <mxCell id="-5EN979a6P4eX3SqTBvW-101" connectable="0" parent="-5EN979a6P4eX3SqTBvW-94" style="edgeLabel;html=1;align=center;verticalAlign=middle;resizable=0;points=[];" value="1" vertex="1">
-           <mxGeometry relative="1" x="0.2841" y="1" as="geometry">
-             <mxPoint as="offset" />
+         <mxCell id="-5EN979a6P4eX3SqTBvW-94" edge="1" parent="1" style="edgeStyle=none;rounded=0;orthogonalLoop=1;jettySize=auto;html=1;endArrow=none;endFill=0;entryX=0.5;entryY=0;entryDx=0;entryDy=0;">
+           <mxGeometry relative="1" as="geometry">
+             <mxPoint x="602.3366666666669" y="607.3333333333335" as="sourcePoint" />
+             <mxPoint x="437.67" y="720" as="targetPoint" />
+           </mxGeometry>
+         </mxCell>
+         <mxCell id="-5EN979a6P4eX3SqTBvW-115" connectable="0" parent="-5EN979a6P4eX3SqTBvW-94" style="edgeLabel;html=1;align=center;verticalAlign=middle;resizable=0;points=[];" value="M" vertex="1">
+           <mxGeometry relative="1" x="0.2088" y="-4" as="geometry">
+             <mxPoint x="1" as="offset" />
          </mxGeometry>
        </mxCell>
        <mxCell id="-5EN979a6P4eX3SqTBvW-92" parent="1" style="shape=rhombus;perimeter=rhombusPerimeter;whiteSpace=wrap;html=1;align=center;" value="Assigned" vertex="1">
          <mxGeometry height="60" width="120" x="570" y="560" as="geometry" />
        </mxCell>
        <mxCell id="-5EN979a6P4eX3SqTBvW-97" edge="1" parent="1" source="-5EN979a6P4eX3SqTBvW-95" style="edgeStyle=none;rounded=0;orthogonalLoop=1;jettySize=auto;html=1;exitX=1;exitY=0.5;exitDx=0;exitDy=0;endArrow=none;endFill=0;entryX=0;entryY=0.5;entryDx=0;entryDy=0;" target="-5EN979a6P4eX3SqTBvW-111">
          <mxGeometry relative="1" as="geometry">
            <mxPoint x="1170" y="390" as="targetPoint" />
          </mxGeometry>
        </mxCell>
        <mxCell id="-5EN979a6P4eX3SqTBvW-103" connectable="0" parent="-5EN979a6P4eX3SqTBvW-97" style="edgeLabel;html=1;align=center;verticalAlign=middle;resizable=0;points=[];" value="M" vertex="1">
          <mxGeometry relative="1" x="-0.0821" y="-4" as="geometry">
            <mxPoint x="-1" as="offset" />
          </mxGeometry>
        </mxCell>
        <mxCell id="-5EN979a6P4eX3SqTBvW-95" parent="1" style="shape=rhombus;perimeter=rhombusPerimeter;whiteSpace=wrap;html=1;align=center;" value="associated" vertex="1">
          <mxGeometry height="60" width="120" x="900" y="360" as="geometry" />
        </mxCell>
        <mxCell id="-5EN979a6P4eX3SqTBvW-98" parent="1" style="shape=rhombus;perimeter=rhombusPerimeter;whiteSpace=wrap;html=1;align=center;" value="Books" vertex="1">
          <mxGeometry height="60" width="120" x="1050" y="250" as="geometry" />
        </mxCell>
        <mxCell id="-5EN979a6P4eX3SqTBvW-100" edge="1" parent="1" source="-5EN979a6P4eX3SqTBvW-98" style="edgeStyle=none;rounded=0;orthogonalLoop=1;jettySize=auto;html=1;exitX=1;exitY=1;exitDx=0;exitDy=0;endArrow=none;endFill=0;" target="-5EN979a6P4eX3SqTBvW-111">
          <mxGeometry relative="1" as="geometry">
            <mxPoint x="1188.0000000000005" y="367.8000000000002" as="targetPoint" />
          </mxGeometry>
        </mxCell>
-         <mxCell id="-5EN979a6P4eX3SqTBvW-108" connectable="0" parent="-5EN979a6P4eX3SqTBvW-100" style="edgeLabel;html=1;align=center;verticalAlign=middle;resizable=0;points=[];" value="1" vertex="1">
+         <mxCell id="-5EN979a6P4eX3SqTBvW-108" connectable="0" parent="-5EN979a6P4eX3SqTBvW-100" style="edgeLabel;html=1;align=center;verticalAlign=middle;resizable=0;points=[];" value="M" vertex="1">
          <mxGeometry relative="1" x="-0.0114" as="geometry">
            <mxPoint as="offset" />
          </mxGeometry>
        </mxCell>
        <mxCell id="-5EN979a6P4eX3SqTBvW-111" parent="1" style="shape=ext;margin=3;double=1;whiteSpace=wrap;html=1;align=center;" value="Booking" vertex="1">
          <mxGeometry height="40" width="100" x="1180" y="370" as="geometry" />
        </mxCell>
-         <mxCell id="-5EN979a6P4eX3SqTBvW-112" parent="1" style="ellipse;whiteSpace=wrap;html=1;align=center;" value="seat_number" vertex="1">
-           <mxGeometry height="40" width="100" x="1330" y="370" as="geometry" />
+         <mxCell id="-5EN979a6P4eX3SqTBvW-112" parent="1" style="ellipse;whiteSpace=wrap;html=1;align=center;" value="&lt;u&gt;seat_number&lt;/u&gt;" vertex="1">
+           <mxGeometry height="40" width="100" x="1340" y="380" as="geometry" />
        </mxCell>
      </root>
    </mxGraphModel>
  </diagram>
</mxfile>
